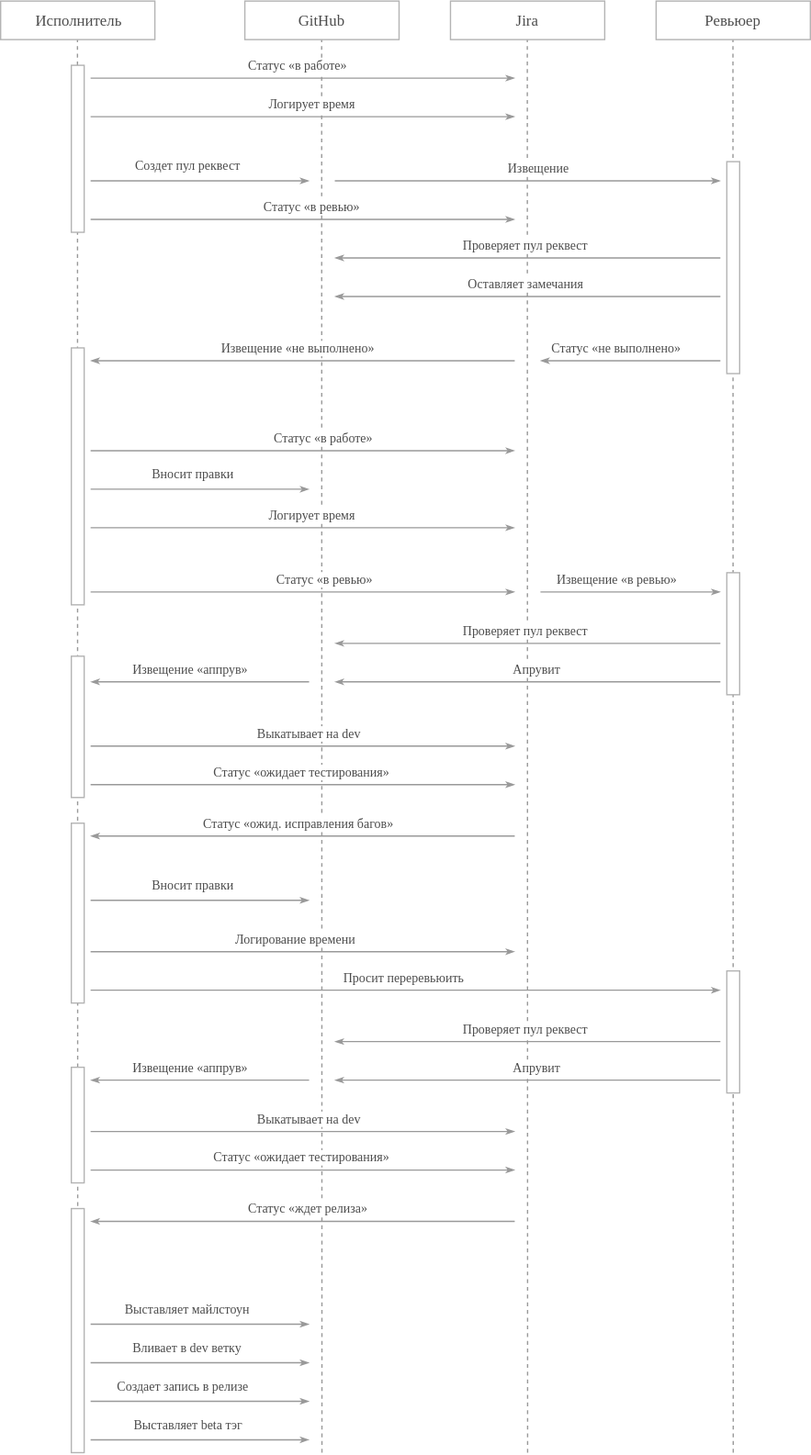
The draw.io diagram workflow.svg in ajile/draw-io, before a commit. Source tidied: cells renumbered, new cells last; positions are measured from the earlier drawing's top-left corner, leaving out a move shared by most shapes.
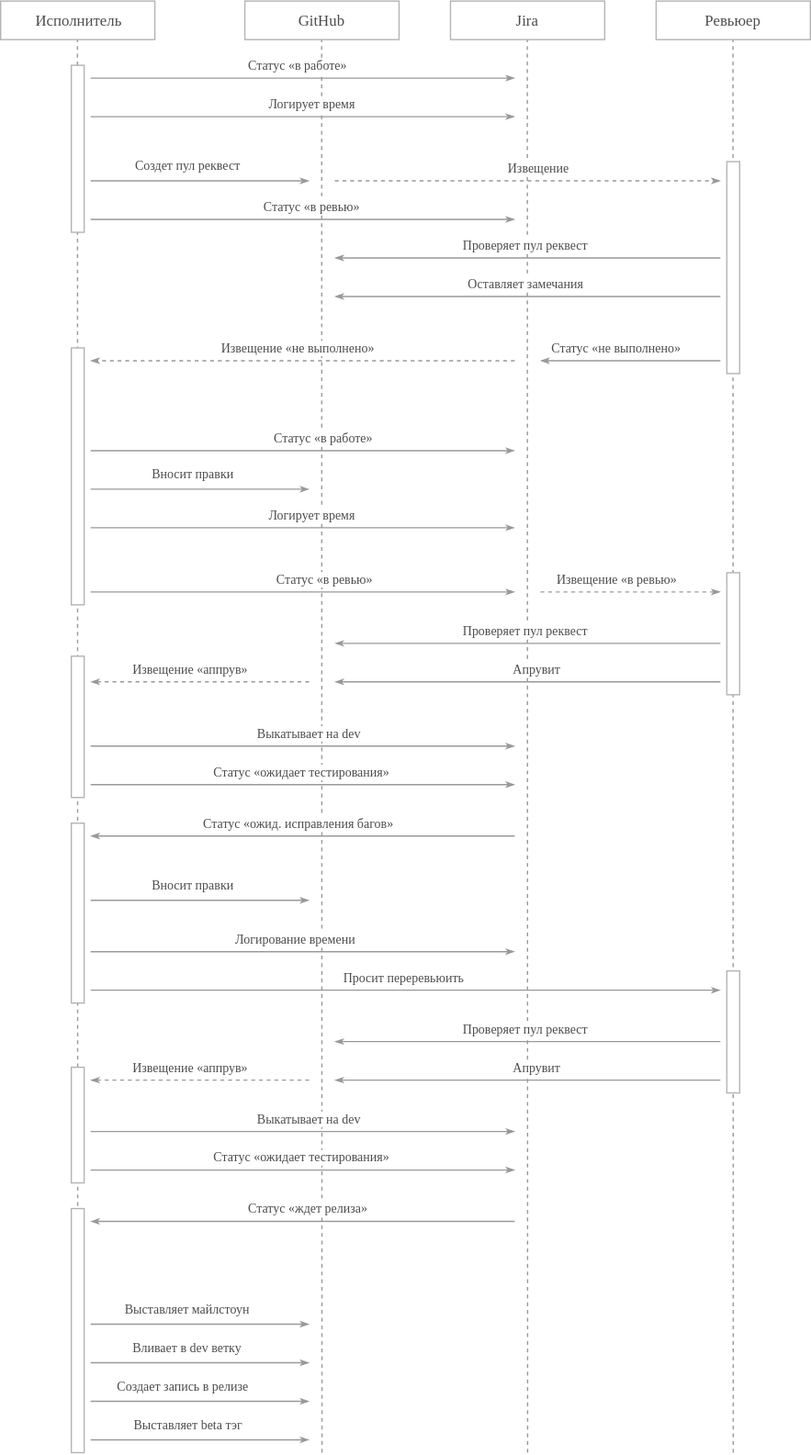
After the change.

What changed in the source:
```diff
@@ -78,7 +78,7 @@
         <mxPoint x="-7" y="-10" as="offset" />
       </mxGeometry>
     </mxCell>
-    <mxCell id="18" style="edgeStyle=none;rounded=0;html=1;startArrow=none;startFill=0;startSize=16;endArrow=classicThin;endFill=1;endSize=4;jettySize=auto;orthogonalLoop=1;strokeColor=#999999;strokeWidth=1;fontFamily=Verdana;fontSize=12;fontColor=#4D4D4D;" parent="1" edge="1">
+    <mxCell id="18" style="edgeStyle=none;rounded=0;html=1;startArrow=none;startFill=0;startSize=16;endArrow=classicThin;endFill=1;endSize=4;jettySize=auto;orthogonalLoop=1;strokeColor=#999999;strokeWidth=1;fontFamily=Verdana;fontSize=12;fontColor=#4D4D4D;dashed=1;" parent="1" edge="1">
       <mxGeometry relative="1" as="geometry">
         <mxPoint x="400" y="280" as="sourcePoint" />
         <mxPoint x="70" y="280" as="targetPoint" />
@@ -111,7 +111,7 @@
         <mxPoint x="10" y="-12" as="offset" />
       </mxGeometry>
     </mxCell>
-    <mxCell id="24" style="edgeStyle=none;rounded=0;html=1;startArrow=none;startFill=0;startSize=16;endArrow=classicThin;endFill=1;endSize=4;jettySize=auto;orthogonalLoop=1;strokeColor=#999999;strokeWidth=1;fontFamily=Verdana;fontSize=10;fontColor=#4D4D4D;" parent="1" edge="1">
+    <mxCell id="24" style="edgeStyle=none;rounded=0;html=1;startArrow=none;startFill=0;startSize=16;endArrow=classicThin;endFill=1;endSize=4;jettySize=auto;orthogonalLoop=1;strokeColor=#999999;strokeWidth=1;fontFamily=Verdana;fontSize=10;fontColor=#4D4D4D;dashed=1;" parent="1" edge="1">
       <mxGeometry relative="1" as="geometry">
         <mxPoint x="420" y="460" as="sourcePoint" />
         <mxPoint x="560" y="460" as="targetPoint" />
@@ -166,7 +166,7 @@
         <mxPoint x="-7" y="-10" as="offset" />
       </mxGeometry>
     </mxCell>
-    <mxCell id="34" style="edgeStyle=none;rounded=0;html=1;startArrow=none;startFill=0;startSize=16;endArrow=classicThin;endFill=1;endSize=4;jettySize=auto;orthogonalLoop=1;strokeColor=#999999;strokeWidth=1;fontFamily=Verdana;fontSize=12;fontColor=#4D4D4D;" parent="1" edge="1">
+    <mxCell id="34" style="edgeStyle=none;rounded=0;html=1;startArrow=none;startFill=0;startSize=16;endArrow=classicThin;endFill=1;endSize=4;jettySize=auto;orthogonalLoop=1;strokeColor=#999999;strokeWidth=1;fontFamily=Verdana;fontSize=12;fontColor=#4D4D4D;dashed=1;" parent="1" edge="1">
       <mxGeometry relative="1" as="geometry">
         <mxPoint x="240" y="530" as="sourcePoint" />
         <mxPoint x="70" y="530" as="targetPoint" />
@@ -265,7 +265,7 @@
         <mxPoint x="-7" y="-10" as="offset" />
       </mxGeometry>
     </mxCell>
-    <mxCell id="52" style="edgeStyle=none;rounded=0;html=1;startArrow=none;startFill=0;startSize=16;endArrow=classicThin;endFill=1;endSize=4;jettySize=auto;orthogonalLoop=1;strokeColor=#999999;strokeWidth=1;fontFamily=Verdana;fontSize=12;fontColor=#4D4D4D;" parent="1" edge="1">
+    <mxCell id="52" style="edgeStyle=none;rounded=0;html=1;startArrow=none;startFill=0;startSize=16;endArrow=classicThin;endFill=1;endSize=4;jettySize=auto;orthogonalLoop=1;strokeColor=#999999;strokeWidth=1;fontFamily=Verdana;fontSize=12;fontColor=#4D4D4D;dashed=1;" parent="1" edge="1">
       <mxGeometry relative="1" as="geometry">
         <mxPoint x="240" y="840" as="sourcePoint" />
         <mxPoint x="70" y="840" as="targetPoint" />
@@ -364,7 +364,7 @@
         <mxPoint x="23" y="-10" as="offset" />
       </mxGeometry>
     </mxCell>
-    <mxCell id="70" style="edgeStyle=none;rounded=0;html=1;startArrow=none;startFill=0;startSize=16;endArrow=classicThin;endFill=1;endSize=4;jettySize=auto;orthogonalLoop=1;strokeColor=#999999;strokeWidth=1;fontFamily=Verdana;fontSize=10;fontColor=#4D4D4D;labelBackgroundColor=none;" parent="1" edge="1">
+    <mxCell id="70" style="edgeStyle=none;rounded=0;html=1;startArrow=none;startFill=0;startSize=16;endArrow=classicThin;endFill=1;endSize=4;jettySize=auto;orthogonalLoop=1;strokeColor=#999999;strokeWidth=1;fontFamily=Verdana;fontSize=10;fontColor=#4D4D4D;labelBackgroundColor=none;dashed=1;" parent="1" edge="1">
       <mxGeometry relative="1" as="geometry">
         <mxPoint x="260" y="140" as="sourcePoint" />
         <mxPoint x="560" y="140" as="targetPoint" />
```
